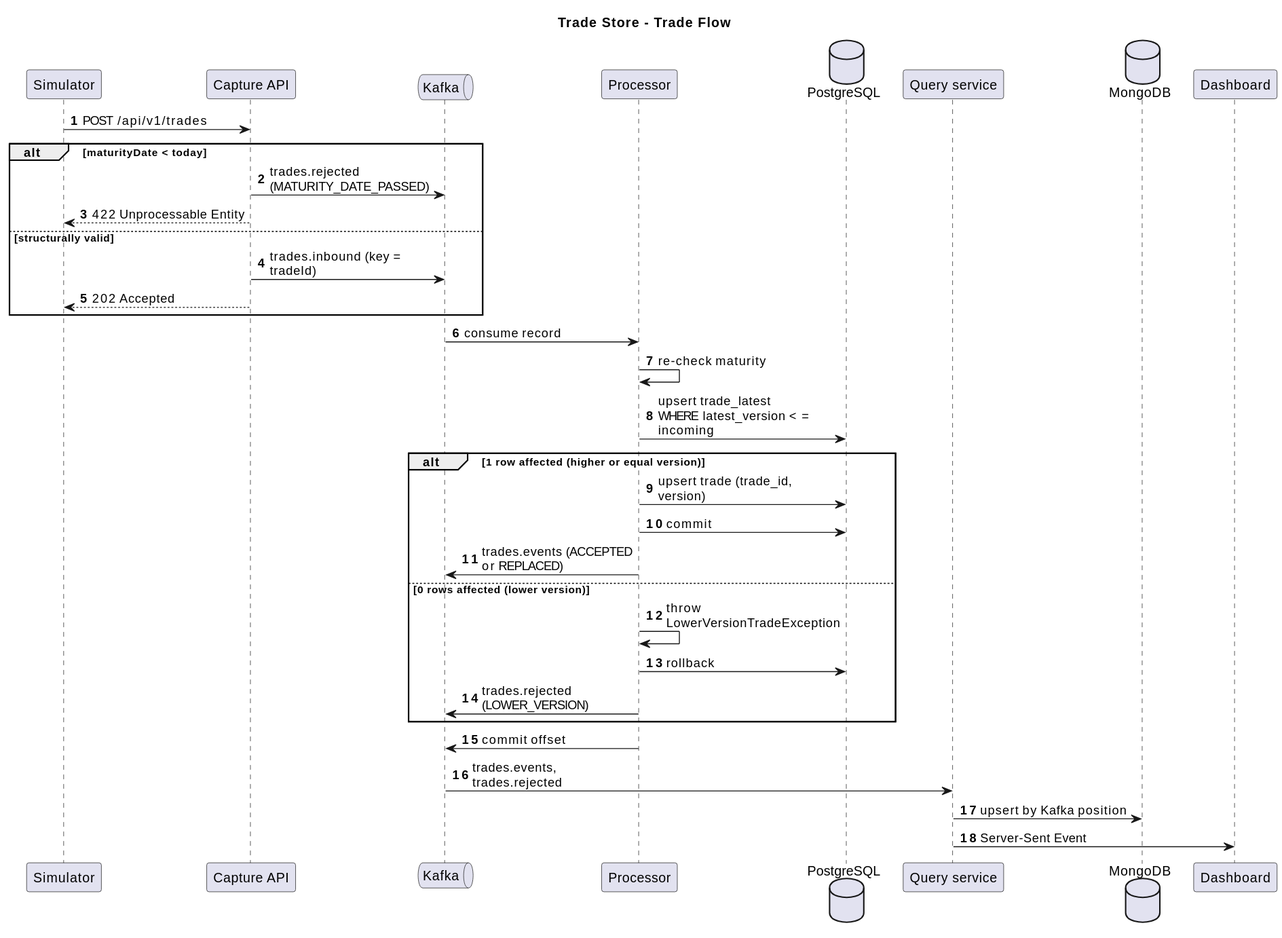
vijaydixitffis/dws-trade-app keeps this PlantUML diagram as docs/diagrams/sequence-trade-flow.svg. Above is the earlier version.
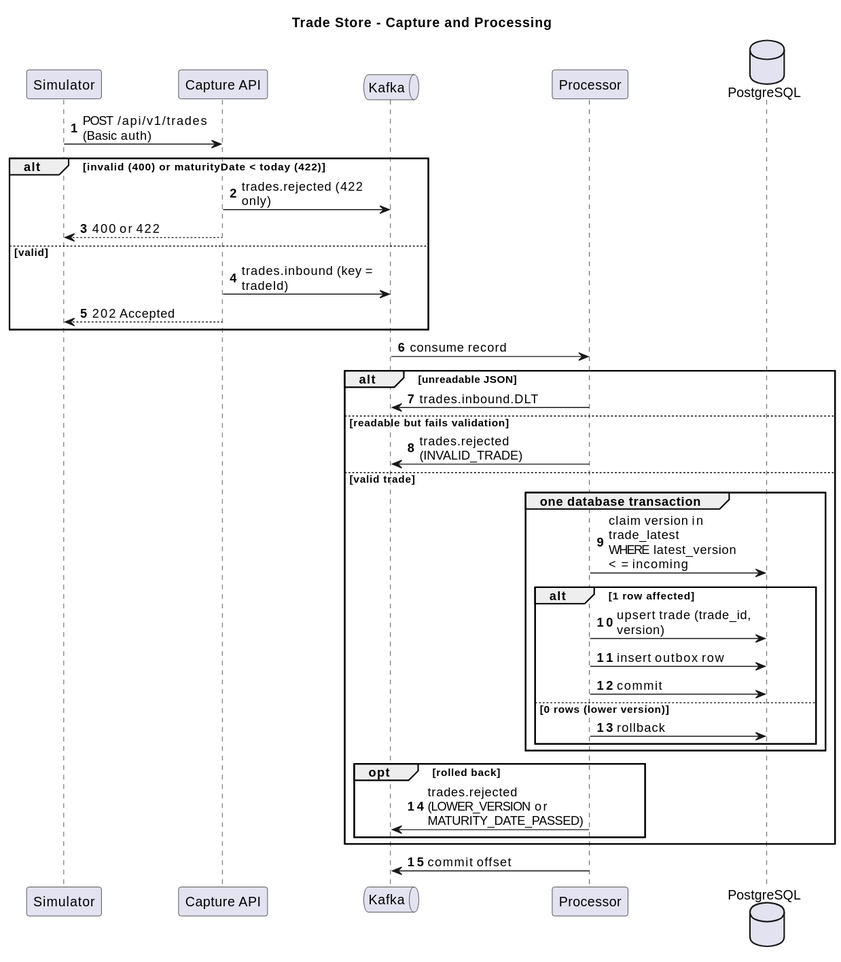
The same diagram one commit later.

The edit, as a diff of the source:
```diff
@@ -1,44 +1,43 @@
 @startuml
-title Trade Store - Trade Flow
+title Trade Store - Capture and Processing
 autonumber
-skinparam maxMessageSize 170
+skinparam maxMessageSize 150
 skinparam ParticipantPadding 8
-skinparam BoxPadding 8
 
 participant "Simulator" as sim
 participant "Capture API" as cap
 queue "Kafka" as k
 participant "Processor" as proc
 database "PostgreSQL" as pg
-participant "Query service" as q
-database "MongoDB" as mongo
-participant "Dashboard" as ui
 
-sim -> cap : POST /api/v1/trades
-alt maturityDate < today
-  cap -> k : trades.rejected (MATURITY_DATE_PASSED)
-  cap --> sim : 422 Unprocessable Entity
-else structurally valid
+sim -> cap : POST /api/v1/trades (Basic auth)
+alt invalid (400) or maturityDate < today (422)
+  cap -> k : trades.rejected (422 only)
+  cap --> sim : 400 or 422
+else valid
   cap -> k : trades.inbound (key = tradeId)
   cap --> sim : 202 Accepted
 end
 
 k -> proc : consume record
-proc -> proc : re-check maturity
-proc -> pg : upsert trade_latest\nWHERE latest_version <= incoming
-
-alt 1 row affected (higher or equal version)
-  proc -> pg : upsert trade (trade_id, version)
-  proc -> pg : commit
-  proc -> k : trades.events (ACCEPTED or REPLACED)
-else 0 rows affected (lower version)
-  proc -> proc : throw LowerVersionTradeException
-  proc -> pg : rollback
-  proc -> k : trades.rejected (LOWER_VERSION)
+alt unreadable JSON
+  proc -> k : trades.inbound.DLT
+else readable but fails validation
+  proc -> k : trades.rejected (INVALID_TRADE)
+else valid trade
+  group one database transaction
+    proc -> pg : claim version in trade_latest\nWHERE latest_version <= incoming
+    alt 1 row affected
+      proc -> pg : upsert trade (trade_id, version)
+      proc -> pg : insert outbox row
+      proc -> pg : commit
+    else 0 rows (lower version)
+      proc -> pg : rollback
+    end
+  end
+  opt rolled back
+    proc -> k : trades.rejected\n(LOWER_VERSION or MATURITY_DATE_PASSED)
+  end
 end
 proc -> k : commit offset
-
-k -> q : trades.events, trades.rejected
-q -> mongo : upsert by Kafka position
-q -> ui : Server-Sent Event
 @enduml
```
